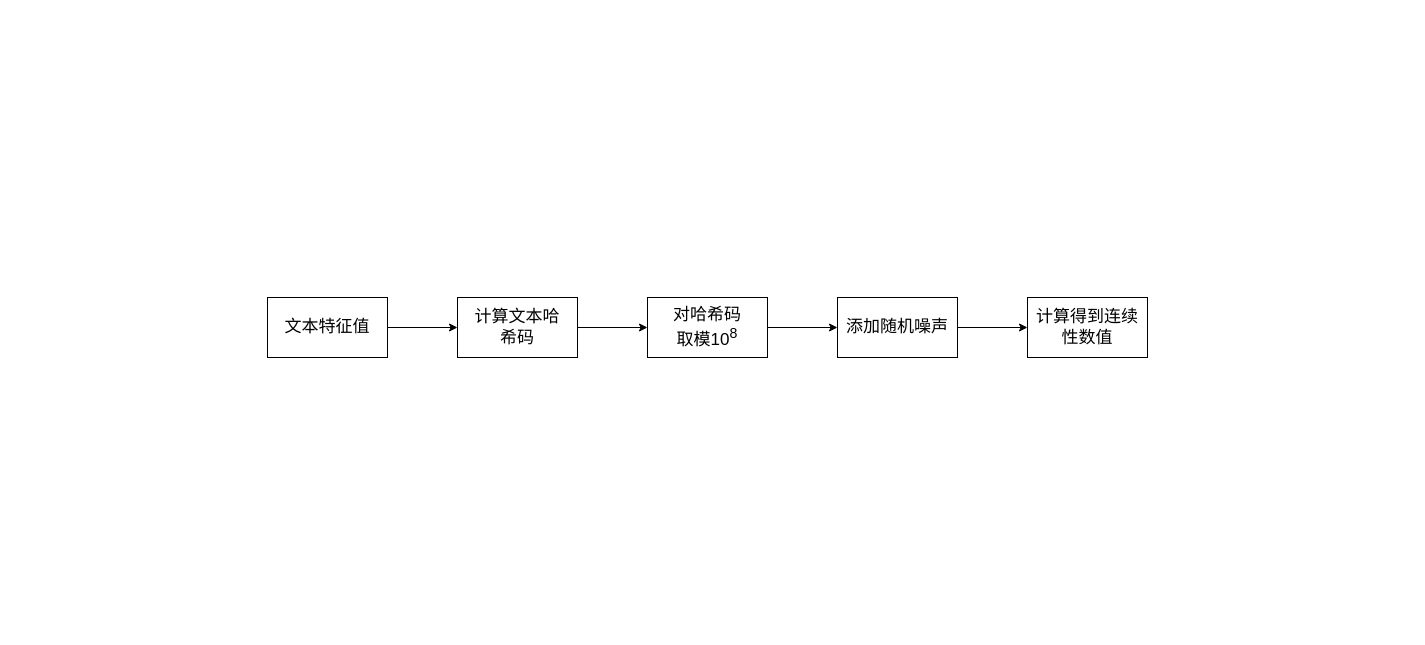
This is testDirectory/文本映射流程.drawio from Moose1273/-, a draw.io file, before an edit. Source tidied: cells renumbered, new cells numbered last; positions are measured from the earlier drawing's top-left corner, leaving out a move shared by most shapes. Both pictures are drawn from the tidied source at 100%, with x=0, y=0 at pixel (267, 297).
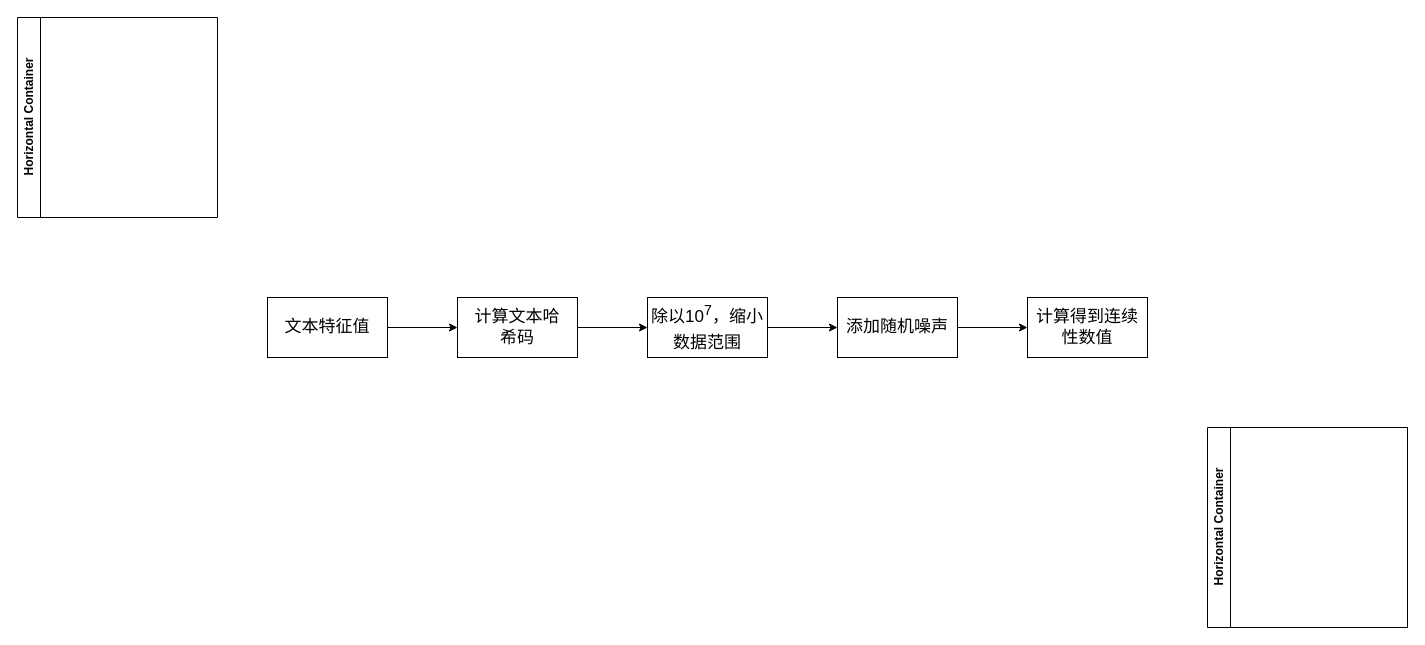
After the change.

Commit message (it also covers changes not shown here):
更新文本映射流程.drawio

What changed in the source:
```diff
@@
 <mxGraphModel>
   <root>
     <mxCell id="0" />
     <mxCell id="1" parent="0" />
     <mxCell id="2" style="edgeStyle=orthogonalEdgeStyle;rounded=0;jettySize=auto;html=1;fontSize=17;" parent="1" edge="1" source="3" target="5">
       <mxGeometry relative="1" as="geometry" />
     </mxCell>
     <mxCell id="3" value="文本特征值" style="rounded=0;whiteSpace=wrap;html=1;fontSize=17;" parent="1" vertex="1">
       <mxGeometry width="120" height="60" as="geometry" />
     </mxCell>
     <mxCell id="4" style="edgeStyle=orthogonalEdgeStyle;rounded=0;jettySize=auto;html=1;fontSize=17;" parent="1" edge="1" source="5" target="7">
       <mxGeometry relative="1" as="geometry" />
     </mxCell>
     <mxCell id="5" value="计算文本哈&lt;br&gt;希码" style="whiteSpace=wrap;html=1;rounded=0;fontSize=17;" parent="1" vertex="1">
       <mxGeometry x="190" width="120" height="60" as="geometry" />
     </mxCell>
     <mxCell id="6" style="edgeStyle=orthogonalEdgeStyle;rounded=0;jettySize=auto;html=1;fontSize=17;" parent="1" edge="1" source="7" target="9">
       <mxGeometry relative="1" as="geometry" />
     </mxCell>
-    <mxCell id="7" value="对哈希码&lt;br&gt;取模10&lt;sup&gt;8&lt;/sup&gt;" style="whiteSpace=wrap;html=1;rounded=0;fontSize=17;" parent="1" vertex="1">
+    <mxCell id="7" value="除以10&lt;sup&gt;7&lt;/sup&gt;，缩小数据范围&lt;sup&gt;&lt;br&gt;&lt;/sup&gt;" style="whiteSpace=wrap;html=1;rounded=0;fontSize=17;" parent="1" vertex="1">
       <mxGeometry x="380" width="120" height="60" as="geometry" />
     </mxCell>
     <mxCell id="8" style="edgeStyle=orthogonalEdgeStyle;rounded=0;jettySize=auto;html=1;fontSize=17;" parent="1" edge="1" source="9" target="10">
       <mxGeometry relative="1" as="geometry" />
     </mxCell>
     <mxCell id="9" value="添加随机噪声" style="whiteSpace=wrap;html=1;rounded=0;fontSize=17;" parent="1" vertex="1">
       <mxGeometry x="570" width="120" height="60" as="geometry" />
     </mxCell>
     <mxCell id="10" value="计算得到连续性数值" style="whiteSpace=wrap;html=1;rounded=0;fontSize=17;" parent="1" vertex="1">
       <mxGeometry x="760" width="120" height="60" as="geometry" />
     </mxCell>
+    <mxCell id="11" value="Horizontal Container" style="swimlane;horizontal=0;whiteSpace=wrap;html=1;" parent="1" vertex="1">
+      <mxGeometry x="-250" y="-280" width="200" height="200" as="geometry" />
+    </mxCell>
+    <mxCell id="12" value="Horizontal Container" style="swimlane;horizontal=0;whiteSpace=wrap;html=1;" parent="1" vertex="1">
+      <mxGeometry x="940" y="130" width="200" height="200" as="geometry" />
+    </mxCell>
   </root>
 </mxGraphModel>
```
